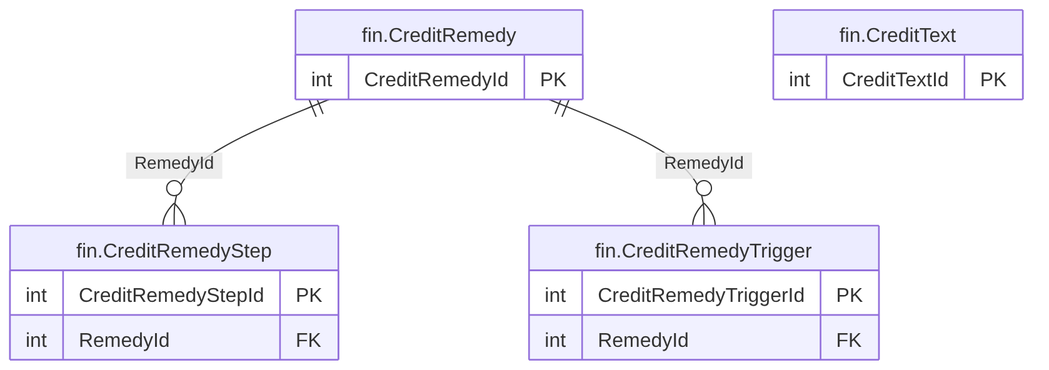
Earlier version of the Mermaid export treasury-platform/docs/diagrams/erd/m5_financials_6.png (thawrasy/smartlines). Its source is kept beside it as treasury-platform/docs/diagrams/erd/m5_financials_6.mmd.
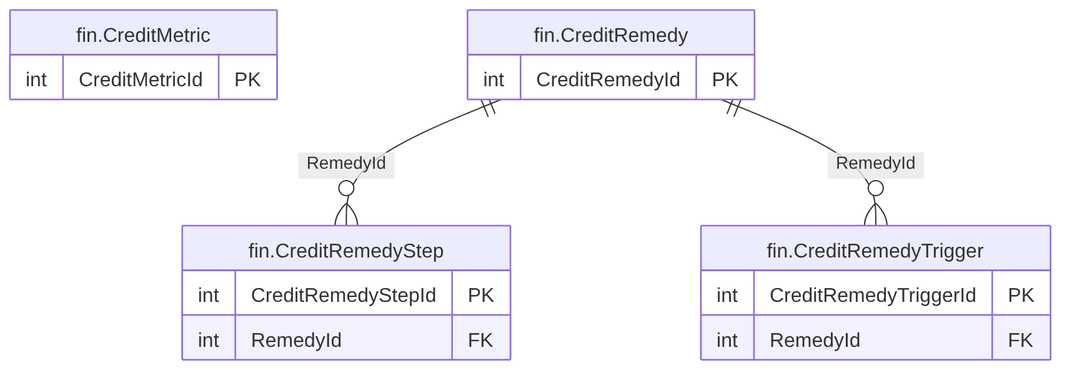
Later version of the same file.

The edit, as a diff of the source:
```diff
@@ -1,4 +1,7 @@
 erDiagram
+  fin_CreditMetric["fin.CreditMetric"] {
+    int CreditMetricId PK
+  }
   fin_CreditRemedy["fin.CreditRemedy"] {
     int CreditRemedyId PK
   }
@@ -10,8 +13,5 @@
     int CreditRemedyTriggerId PK
     int RemedyId FK
   }
-  fin_CreditText["fin.CreditText"] {
-    int CreditTextId PK
-  }
   fin_CreditRemedy ||--o{ fin_CreditRemedyStep : "RemedyId"
   fin_CreditRemedy ||--o{ fin_CreditRemedyTrigger : "RemedyId"
```
